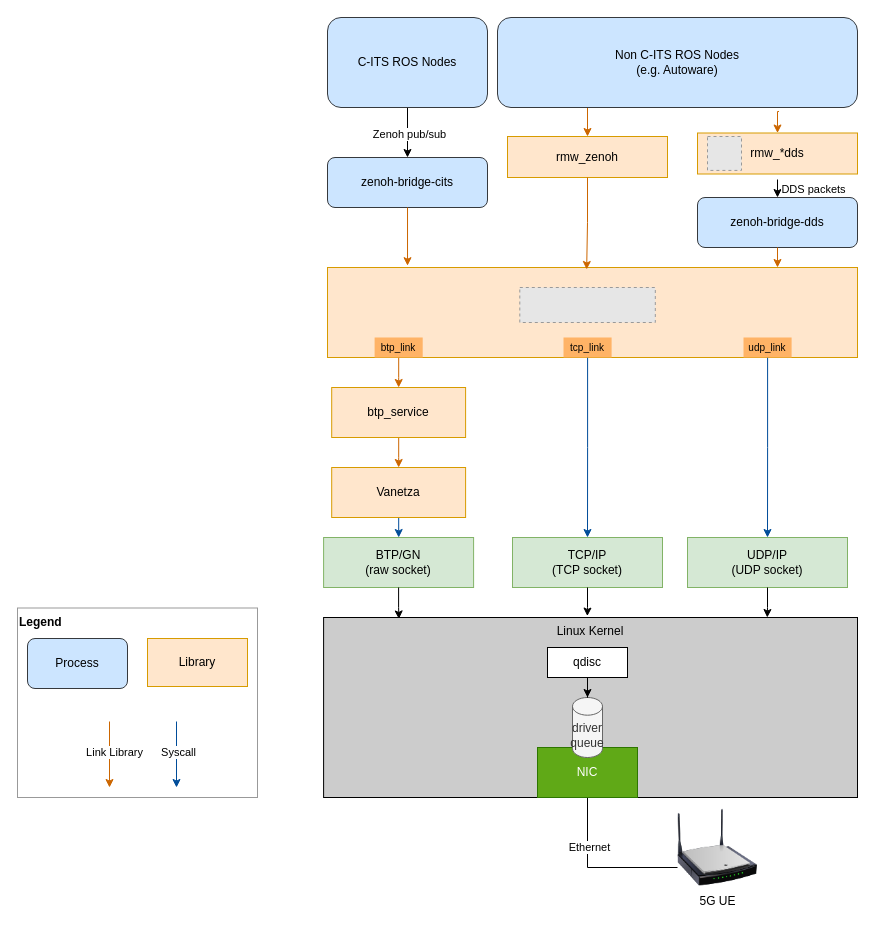
NEWSLabNTU/zenoh-for-vnet-guide keeps this draw.io diagram as src/figures/cits-on-zenoh.drawio. Above is the earlier version. Source tidied: cells renumbered, new cells numbered last; positions are measured from the earlier drawing's top-left corner, leaving out a move shared by most shapes. Both pictures are drawn from the tidied source at 100%, with x=0, y=0 at pixel (17, 17). Pictures stored in the file or linked from it are replaced by grey dashed boxes.
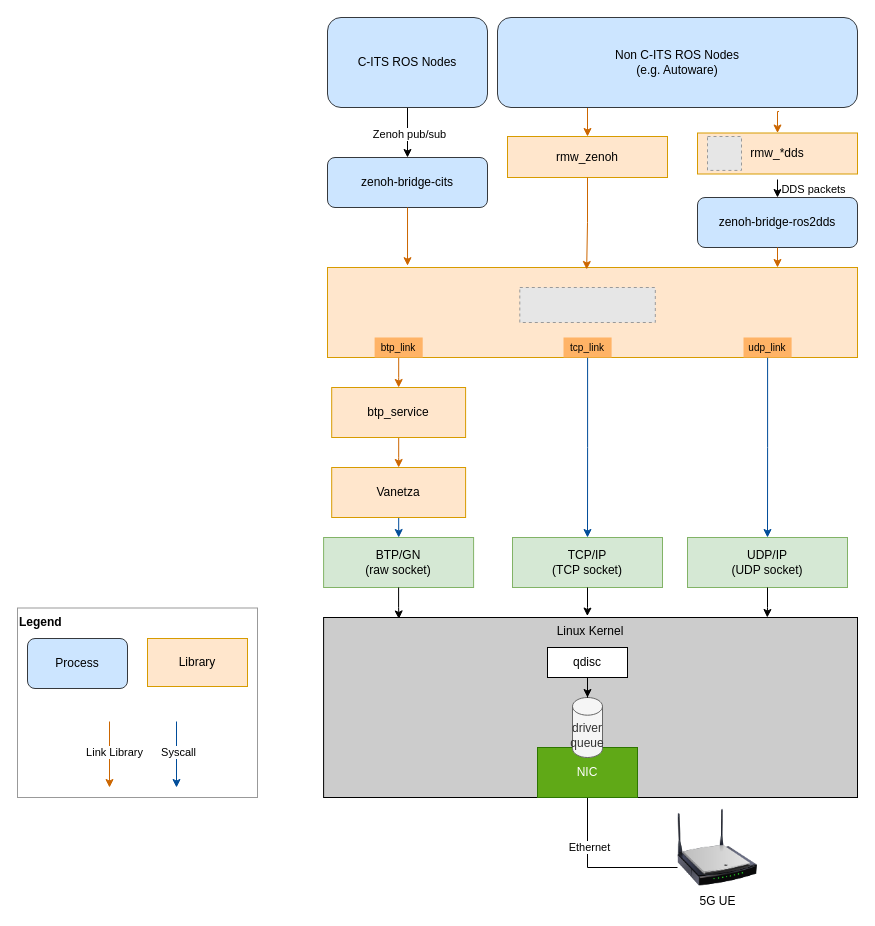
After the change.

Commit message (it also covers changes not shown here):
More on Zenoh internals.

What changed in the source:
```diff
@@
-    <mxCell id="5" value="&lt;font color=&quot;#000000&quot;&gt;zenoh-bridge-dds&lt;/font&gt;" style="rounded=1;whiteSpace=wrap;html=1;fillColor=#CCE5FF;strokeColor=#36393d;" parent="1" vertex="1">
+    <mxCell id="5" value="&lt;font color=&quot;#000000&quot;&gt;zenoh-bridge-ros2dds&lt;/font&gt;" style="rounded=1;whiteSpace=wrap;html=1;fillColor=#CCE5FF;strokeColor=#36393d;" parent="1" vertex="1">
       <mxGeometry x="680" y="180" width="160" height="50" as="geometry" />
     </mxCell>
```
